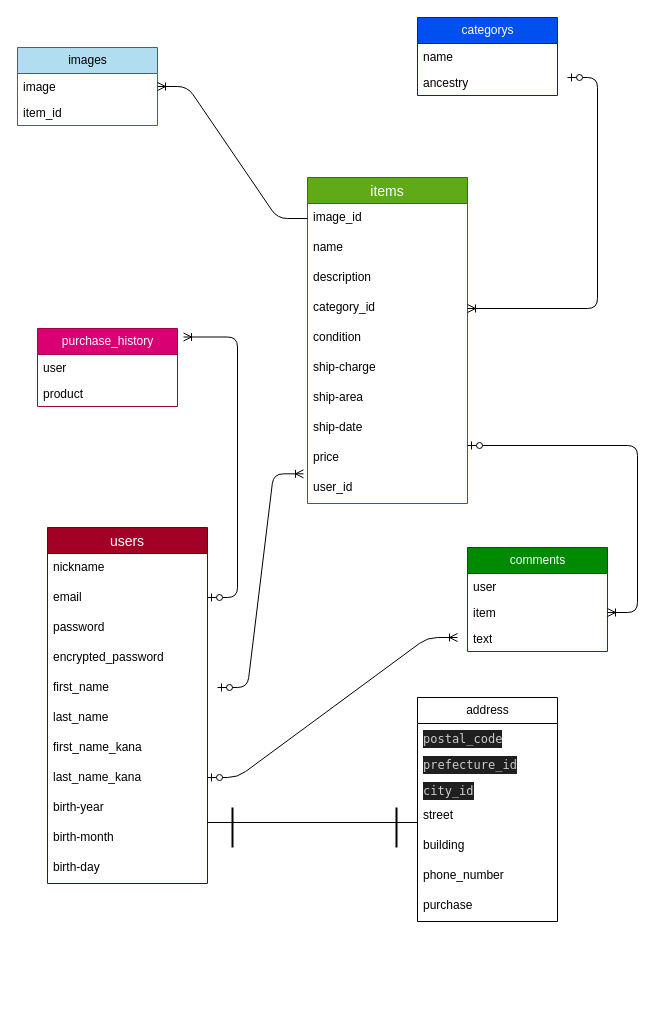
This is test.dio from yosyua0016/furima-40345, a draw.io file, before an edit. Source tidied: cells renumbered, new cells numbered last; positions are measured from the earlier drawing's top-left corner, leaving out a move shared by most shapes. Both pictures are drawn from the tidied source at 100%, with x=0, y=0 at pixel (17, 17).
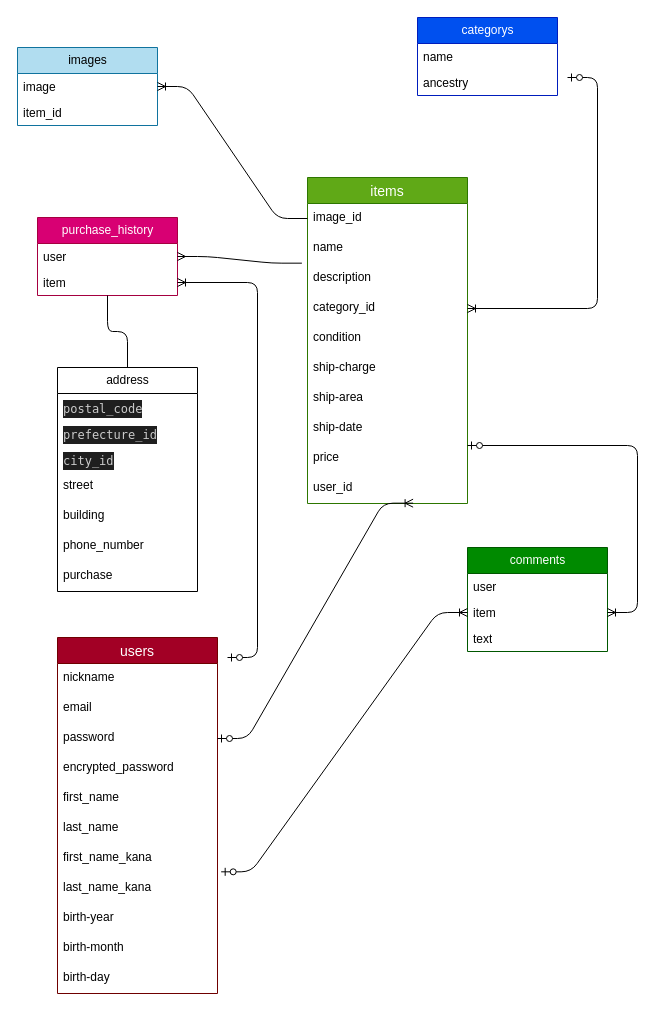
Above is the later version.

The change refers to these unchanged cells:
```xml
<mxCell id="11" value="item" style="text;strokeColor=none;fillColor=none;align=left;verticalAlign=top;spacingLeft=4;spacingRight=4;overflow=hidden;points=[[0,0.5],[1,0.5]];portConstraint=eastwest;whiteSpace=wrap;html=1;" parent="9" vertex="1">
  <mxGeometry y="52" width="140" height="26" as="geometry" />
</mxCell>
<mxCell id="14" value="user" style="text;strokeColor=none;fillColor=none;align=left;verticalAlign=top;spacingLeft=4;spacingRight=4;overflow=hidden;points=[[0,0.5],[1,0.5]];portConstraint=eastwest;whiteSpace=wrap;html=1;" parent="13" vertex="1">
  <mxGeometry y="26" width="140" height="26" as="geometry" />
</mxCell>
<mxCell id="19" value="description" style="text;strokeColor=none;fillColor=none;spacingLeft=4;spacingRight=4;overflow=hidden;points=[[0,0.5],[1,0.5]];portConstraint=eastwest;fontSize=12;" parent="16" vertex="1">
  <mxGeometry y="86" width="160" height="30" as="geometry" />
</mxCell>
<mxCell id="26" value="user_id" style="text;strokeColor=none;fillColor=none;spacingLeft=4;spacingRight=4;overflow=hidden;points=[[0,0.5],[1,0.5]];portConstraint=eastwest;fontSize=12;" parent="16" vertex="1">
  <mxGeometry y="296" width="160" height="30" as="geometry" />
</mxCell>
<mxCell id="30" value="password" style="text;strokeColor=none;fillColor=none;spacingLeft=4;spacingRight=4;overflow=hidden;points=[[0,0.5],[1,0.5]];portConstraint=eastwest;fontSize=12;" parent="27" vertex="1">
  <mxGeometry y="86" width="160" height="30" as="geometry" />
</mxCell>
<mxCell id="35" value="last_name_kana" style="text;strokeColor=none;fillColor=none;spacingLeft=4;spacingRight=4;overflow=hidden;points=[[0,0.5],[1,0.5]];portConstraint=eastwest;fontSize=12;" parent="27" vertex="1">
  <mxGeometry y="236" width="160" height="30" as="geometry" />
</mxCell>
```

Diff of the diagram source:
```diff
@@
     <mxCell id="13" value="purchase_history" style="swimlane;fontStyle=0;horizontal=1;startSize=26;fillColor=#d80073;html=1;fontColor=#ffffff;strokeColor=#A50040;" parent="1" vertex="1">
-      <mxGeometry x="20" y="311" width="140" height="78" as="geometry" />
+      <mxGeometry x="20" y="200" width="140" height="78" as="geometry" />
     </mxCell>
@@
-    <mxCell id="15" value="product" style="text;strokeColor=none;fillColor=none;align=left;verticalAlign=top;spacingLeft=4;spacingRight=4;overflow=hidden;points=[[0,0.5],[1,0.5]];portConstraint=eastwest;whiteSpace=wrap;html=1;" parent="13" vertex="1">
+    <mxCell id="15" value="item" style="text;strokeColor=none;fillColor=none;align=left;verticalAlign=top;spacingLeft=4;spacingRight=4;overflow=hidden;points=[[0,0.5],[1,0.5]];portConstraint=eastwest;whiteSpace=wrap;html=1;" parent="13" vertex="1">
       <mxGeometry y="52" width="140" height="26" as="geometry" />
     </mxCell>
@@
     <mxCell id="27" value="users" style="swimlane;fontStyle=0;horizontal=1;startSize=26;align=center;fontSize=14;fillColor=#a20025;fontColor=#ffffff;strokeColor=#6F0000;" parent="1" vertex="1">
-      <mxGeometry x="30" y="510" width="160" height="356" as="geometry" />
+      <mxGeometry x="40" y="620" width="160" height="356" as="geometry" />
     </mxCell>
@@
-    <mxCell id="41" style="edgeStyle=entityRelationEdgeStyle;fontSize=12;html=1;endArrow=ERoneToMany;startArrow=ERzeroToOne;entryX=1.043;entryY=0.109;entryDx=0;entryDy=0;entryPerimeter=0;" parent="1" edge="1" target="13">
+    <mxCell id="41" style="edgeStyle=entityRelationEdgeStyle;fontSize=12;html=1;endArrow=ERoneToMany;startArrow=ERzeroToOne;entryX=1;entryY=0.5;entryDx=0;entryDy=0;" parent="1" edge="1" target="15">
       <mxGeometry relative="1" as="geometry">
-        <mxPoint x="190" y="580" as="sourcePoint" />
+        <mxPoint x="210" y="640" as="sourcePoint" />
       </mxGeometry>
     </mxCell>
-    <mxCell id="42" style="edgeStyle=entityRelationEdgeStyle;fontSize=12;html=1;endArrow=ERoneToMany;startArrow=ERzeroToOne;entryX=-0.025;entryY=0.011;entryDx=0;entryDy=0;entryPerimeter=0;" parent="1" edge="1" target="26">
-      <mxGeometry relative="1" as="geometry">
-        <mxPoint x="200" y="670" as="sourcePoint" />
-      </mxGeometry>
+    <mxCell id="42" style="edgeStyle=entityRelationEdgeStyle;fontSize=12;html=1;endArrow=ERoneToMany;startArrow=ERzeroToOne;entryX=0.66;entryY=0.989;entryDx=0;entryDy=0;entryPerimeter=0;exitX=1;exitY=0.5;exitDx=0;exitDy=0;" parent="1" edge="1" source="30" target="26">
+      <mxGeometry relative="1" as="geometry" />
     </mxCell>
-    <mxCell id="43" style="edgeStyle=entityRelationEdgeStyle;fontSize=12;html=1;endArrow=ERoneToMany;startArrow=ERzeroToOne;" parent="1" edge="1">
-      <mxGeometry relative="1" as="geometry">
-        <mxPoint x="190" y="760" as="sourcePoint" />
-        <mxPoint x="440" y="620" as="targetPoint" />
-      </mxGeometry>
+    <mxCell id="43" style="edgeStyle=entityRelationEdgeStyle;fontSize=12;html=1;endArrow=ERoneToMany;startArrow=ERzeroToOne;exitX=1.023;exitY=-0.056;exitDx=0;exitDy=0;exitPerimeter=0;entryX=0;entryY=0.5;entryDx=0;entryDy=0;" parent="1" edge="1" source="35" target="11">
+      <mxGeometry relative="1" as="geometry" />
     </mxCell>
@@
+    <mxCell id="56" style="edgeStyle=orthogonalEdgeStyle;html=1;endArrow=none;endFill=0;" parent="1" edge="1" source="45" target="13">
+      <mxGeometry relative="1" as="geometry" />
+    </mxCell>
     <mxCell id="45" value="address" style="swimlane;fontStyle=0;horizontal=1;startSize=26;fillColor=none;html=1;" parent="1" vertex="1">
-      <mxGeometry x="400" y="680" width="140" height="224" as="geometry" />
+      <mxGeometry x="40" y="350" width="140" height="224" as="geometry" />
     </mxCell>
@@
-    <mxCell id="53" style="line;strokeWidth=1;dashed=0;labelPosition=right;align=left;verticalAlign=middle;spacingTop=0;spacingLeft=6;" parent="1" vertex="1">
-      <mxGeometry x="190" y="800" width="210" height="10" as="geometry" />
-    </mxCell>
-    <mxCell id="54" style="line;strokeWidth=2;direction=south;html=1;" parent="1" vertex="1">
-      <mxGeometry x="374" y="790" width="10" height="40" as="geometry" />
-    </mxCell>
-    <mxCell id="55" style="line;strokeWidth=2;direction=south;html=1;" parent="1" vertex="1">
-      <mxGeometry x="210" y="790" width="10" height="40" as="geometry" />
-    </mxCell>
+    <mxCell id="57" style="edgeStyle=entityRelationEdgeStyle;fontSize=12;html=1;endArrow=ERmany;entryX=1;entryY=0.5;entryDx=0;entryDy=0;exitX=-0.035;exitY=-0.011;exitDx=0;exitDy=0;exitPerimeter=0;" parent="1" edge="1" source="19" target="14">
+      <mxGeometry relative="1" as="geometry" />
+    </mxCell>
```
